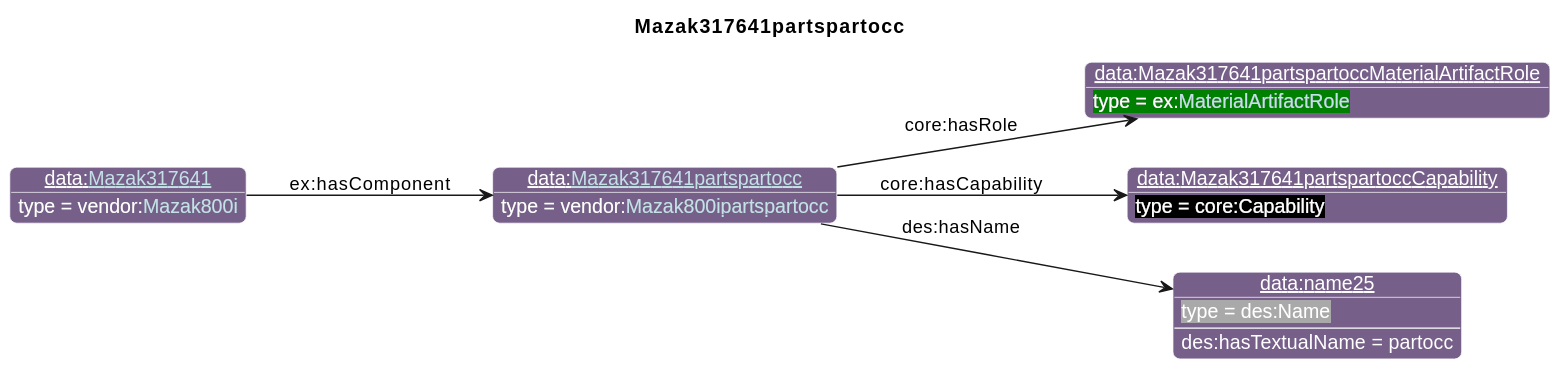
This is diagrams/Mazak317641partspartocc.svg from iofoundry/example-syseng-mtconnect, a PlantUML export, as it was before one commit.
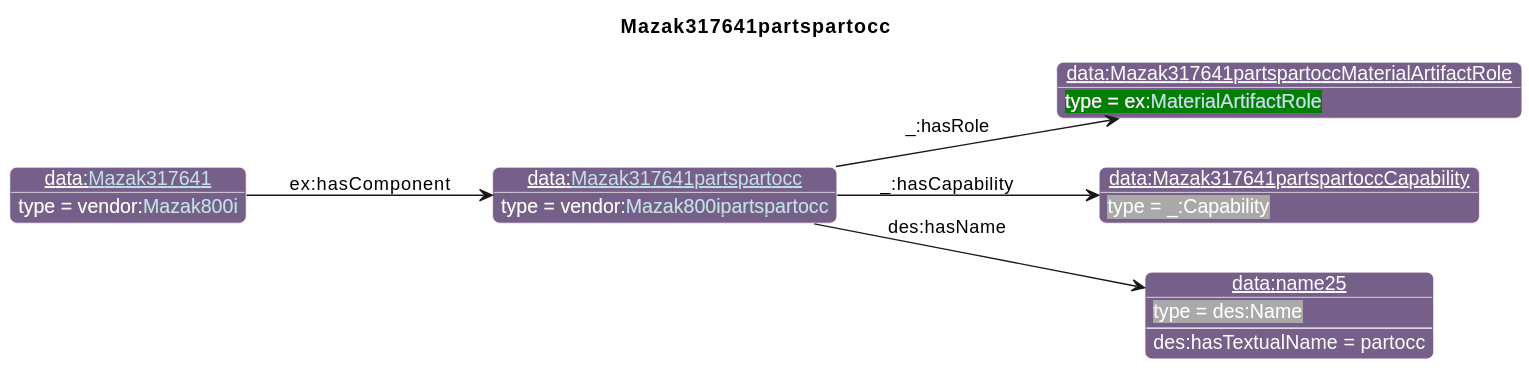
The same file after the commit.

Diff of the diagram source:
```diff
@@ -27,11 +27,11 @@
       }
 individual(o0, data:[[./Mazak317641partspartocc.html Mazak317641partspartocc]], vendor:[[../Mazak.html#Mazak800ipartspartocc Mazak800ipartspartocc]])
 individual(o1, data:Mazak317641partspartoccMaterialArtifactRole, ex:[[../Example.html#MaterialArtifactRole MaterialArtifactRole]])
-individual(o2, data:Mazak317641partspartoccCapability, core:Capability)
+individual(o2, data:Mazak317641partspartoccCapability, _:Capability)
 individual(o3, data:name25, des:Name)
 individual(o4, data:[[./Mazak317641.html Mazak317641]], vendor:[[../Mazak.html#Mazak800i Mazak800i]])
-property(o0, "core:hasRole", o1)
-property(o0, "core:hasCapability", o2)
+property(o0, "_:hasRole", o1)
+property(o0, "_:hasCapability", o2)
 property(o0, "des:hasName", o3)
 data(o3, "des:hasTextualName", "partocc")
 property(o4, "ex:hasComponent", o0)
```
